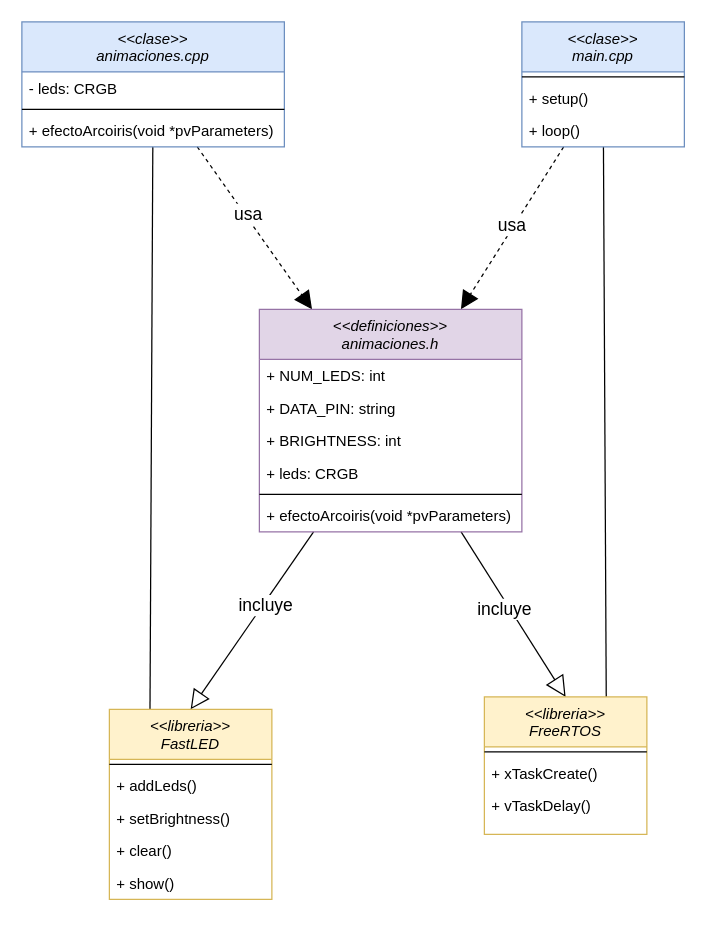
Earlier version of the draw.io diagram page "Diagrama de clases" (1 of 4) of docs/diagramas uml.drawio (Emilio-SE/animacion-leds). Source tidied: cells renumbered, new cells numbered last; positions are measured from the earlier drawing's top-left corner, leaving out a move shared by most shapes. Both pictures are drawn from the tidied source at 125%, with x=0, y=0 at pixel (21, 21).
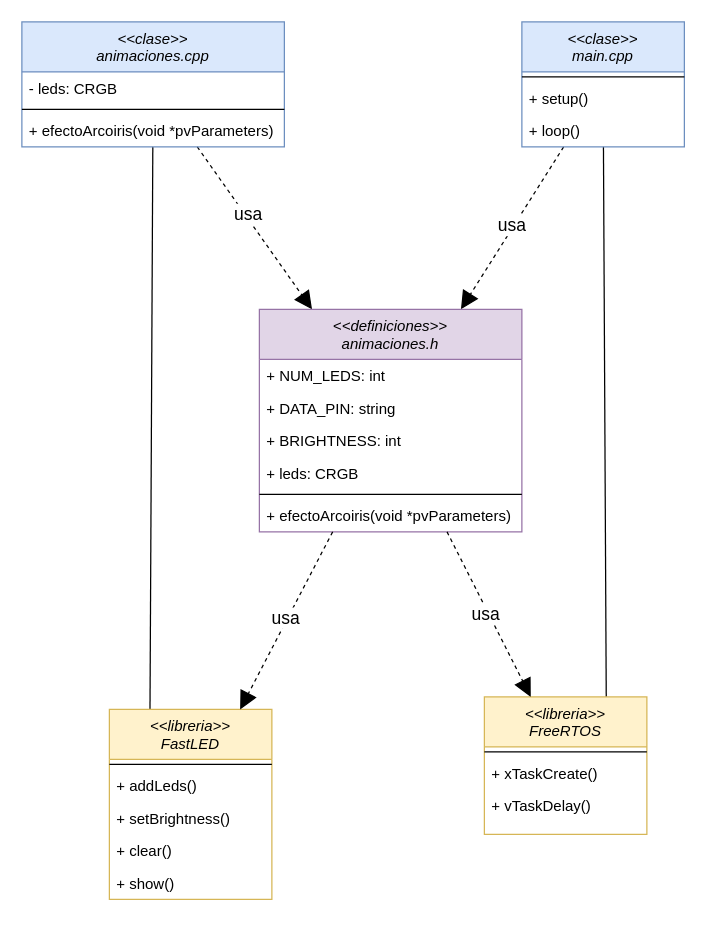
After the change.

Commit message (it also covers changes not shown here):
docs: actualiza diagramas

Unchanged cells that the change refers to:
```xml
<mxCell id="20" value="&lt;&lt;definiciones&gt;&gt;&#10;animaciones.h" style="swimlane;fontStyle=2;align=center;verticalAlign=top;horizontal=1;startSize=40;rounded=0;shadow=0;strokeWidth=1;fillColor=#e1d5e7;strokeColor=#9673a6;" parent="1" vertex="1">
  <mxGeometry x="190" y="230" width="210" height="178" as="geometry" />
</mxCell>
<mxCell id="27" value="&lt;&lt;libreria&gt;&gt;&#10;FastLED" style="swimlane;fontStyle=2;align=center;verticalAlign=top;horizontal=1;startSize=40;rounded=0;shadow=0;strokeWidth=1;fillColor=#fff2cc;strokeColor=#d6b656;" parent="1" vertex="1">
  <mxGeometry x="70" y="550" width="130" height="152" as="geometry" />
</mxCell>
<mxCell id="33" value="&lt;&lt;libreria&gt;&gt;&#10;FreeRTOS" style="swimlane;fontStyle=2;align=center;verticalAlign=top;horizontal=1;startSize=40;rounded=0;shadow=0;strokeWidth=1;fillColor=#fff2cc;strokeColor=#d6b656;" parent="1" vertex="1">
  <mxGeometry x="370" y="540" width="130" height="110" as="geometry" />
</mxCell>
```

Diff of the diagram source:
```diff
@@
-    <mxCell id="16" style="rounded=0;jettySize=auto;html=1;entryX=0.5;entryY=0;entryDx=0;entryDy=0;endArrow=block;endFill=0;endSize=13;" parent="1" edge="1" source="20" target="27">
-      <mxGeometry relative="1" as="geometry" />
-    </mxCell>
-    <mxCell id="17" value="&lt;font style=&quot;font-size: 14px;&quot;&gt;incluye&lt;/font&gt;" style="edgeLabel;html=1;align=center;verticalAlign=middle;" parent="16" vertex="1">
-      <mxGeometry x="-0.19" y="1" relative="1" as="geometry" />
-    </mxCell>
-    <mxCell id="18" style="rounded=0;jettySize=auto;html=1;entryX=0.5;entryY=0;entryDx=0;entryDy=0;endSize=14;endArrow=block;endFill=0;" parent="1" edge="1" source="20" target="33">
-      <mxGeometry relative="1" as="geometry" />
-    </mxCell>
-    <mxCell id="19" value="&lt;font style=&quot;font-size: 14px;&quot;&gt;incluye&lt;/font&gt;" style="edgeLabel;html=1;align=center;verticalAlign=middle;" parent="18" vertex="1">
-      <mxGeometry x="-0.11" y="-4" relative="1" as="geometry" />
-    </mxCell>
@@
+    <mxCell id="18" style="rounded=0;jettySize=auto;html=1;dashed=1;endArrow=block;endFill=1;startSize=10;endSize=12;" parent="1" edge="1" source="20" target="33">
+      <mxGeometry relative="1" as="geometry" />
+    </mxCell>
+    <mxCell id="37" value="&lt;font style=&quot;font-size: 14px;&quot;&gt;usa&lt;/font&gt;" style="edgeLabel;html=1;align=center;verticalAlign=middle;" parent="18" vertex="1">
+      <mxGeometry x="-0.03" y="-2" relative="1" as="geometry" />
+    </mxCell>
+    <mxCell id="16" style="rounded=0;jettySize=auto;html=1;dashed=1;endArrow=block;endFill=1;startSize=10;endSize=12;" parent="1" edge="1" source="20" target="27">
+      <mxGeometry relative="1" as="geometry" />
+    </mxCell>
+    <mxCell id="38" value="&lt;font style=&quot;font-size: 14px;&quot;&gt;usa&lt;/font&gt;" style="edgeLabel;html=1;align=center;verticalAlign=middle;" parent="16" vertex="1">
+      <mxGeometry x="-0.03" y="-2" relative="1" as="geometry" />
+    </mxCell>
```
